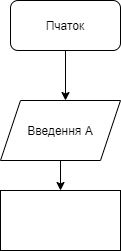
The draw.io diagram __pycache__/Untitled Diagram.png in ilya-ovramets/-1-, before a commit. Source tidied: cells renumbered, new cells last; positions are measured from the earlier drawing's top-left corner, leaving out a move shared by most shapes. Its diagram source:
```xml
<mxGraphModel>
  <root>
    <mxCell id="0" />
    <mxCell id="1" parent="0" />
    <mxCell id="2" style="edgeStyle=orthogonalEdgeStyle;rounded=0;jettySize=auto;html=1;exitX=0.5;exitY=1;exitDx=0;exitDy=0;entryX=0.5;entryY=0;entryDx=0;entryDy=0;" parent="1" edge="1" source="3">
      <mxGeometry relative="1" as="geometry">
        <mxPoint x="65" y="100" as="targetPoint" />
      </mxGeometry>
    </mxCell>
    <mxCell id="3" value="Пчаток" style="rounded=1;whiteSpace=wrap;html=1;" parent="1" vertex="1">
      <mxGeometry x="10" width="110" height="50" as="geometry" />
    </mxCell>
    <mxCell id="4" style="edgeStyle=orthogonalEdgeStyle;rounded=0;jettySize=auto;html=1;" parent="1" edge="1" source="5" target="6">
      <mxGeometry relative="1" as="geometry" />
    </mxCell>
    <mxCell id="5" value="Введення А" style="shape=parallelogram;perimeter=parallelogramPerimeter;whiteSpace=wrap;html=1;fixedSize=1;" parent="1" vertex="1">
      <mxGeometry y="100" width="120" height="60" as="geometry" />
    </mxCell>
    <mxCell id="6" style="whiteSpace=wrap;html=1;" parent="1" vertex="1">
      <mxGeometry y="190" width="120" height="60" as="geometry" />
    </mxCell>
  </root>
</mxGraphModel>
```
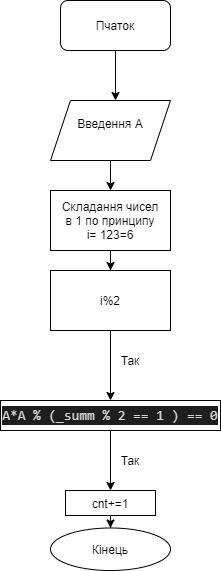
The same diagram one commit later.

Diff of the diagram source:
```diff
@@ -13,11 +13,41 @@
     <mxCell id="4" style="edgeStyle=orthogonalEdgeStyle;rounded=0;jettySize=auto;html=1;" parent="1" edge="1" source="5" target="6">
       <mxGeometry relative="1" as="geometry" />
     </mxCell>
-    <mxCell id="5" value="Введення А" style="shape=parallelogram;perimeter=parallelogramPerimeter;whiteSpace=wrap;html=1;fixedSize=1;" parent="1" vertex="1">
+    <mxCell id="5" value="Введення А&lt;br&gt;&lt;br&gt;" style="shape=parallelogram;perimeter=parallelogramPerimeter;whiteSpace=wrap;html=1;fixedSize=1;" parent="1" vertex="1">
       <mxGeometry y="100" width="120" height="60" as="geometry" />
     </mxCell>
+    <mxCell id="7" style="edgeStyle=orthogonalEdgeStyle;rounded=0;jettySize=auto;html=1;exitX=0.5;exitY=1;exitDx=0;exitDy=0;" parent="1" edge="1" source="6" target="9">
+      <mxGeometry relative="1" as="geometry" />
+    </mxCell>
-    <mxCell id="6" style="whiteSpace=wrap;html=1;" parent="1" vertex="1">
+    <mxCell id="6" value="Складання чисел&lt;br&gt;в 1 по принципу&lt;br&gt;i= 123=6" style="whiteSpace=wrap;html=1;" parent="1" vertex="1">
       <mxGeometry y="190" width="120" height="60" as="geometry" />
     </mxCell>
+    <mxCell id="8" style="edgeStyle=orthogonalEdgeStyle;rounded=0;jettySize=auto;html=1;" parent="1" edge="1" source="9" target="11">
+      <mxGeometry relative="1" as="geometry" />
+    </mxCell>
+    <mxCell id="9" value="i%2" style="rounded=0;whiteSpace=wrap;html=1;" parent="1" vertex="1">
+      <mxGeometry y="270" width="120" height="60" as="geometry" />
+    </mxCell>
+    <mxCell id="10" style="edgeStyle=orthogonalEdgeStyle;rounded=0;jettySize=auto;html=1;" parent="1" edge="1" source="11" target="14">
+      <mxGeometry relative="1" as="geometry" />
+    </mxCell>
+    <mxCell id="11" value="&lt;div style=&quot;color: rgb(212 , 212 , 212) ; background-color: rgb(30 , 30 , 30) ; font-family: &amp;#34;consolas&amp;#34; , &amp;#34;courier new&amp;#34; , monospace ; font-size: 14px ; line-height: 19px&quot;&gt;A*A % (_summ % 2 == 1 ) == 0&lt;/div&gt;" style="rounded=0;whiteSpace=wrap;html=1;" parent="1" vertex="1">
+      <mxGeometry x="-50" y="400" width="220" height="30" as="geometry" />
+    </mxCell>
+    <mxCell id="12" value="Так" style="text;html=1;strokeColor=none;fillColor=none;align=center;verticalAlign=middle;whiteSpace=wrap;rounded=0;" parent="1" vertex="1">
+      <mxGeometry x="60" y="350" width="40" height="20" as="geometry" />
+    </mxCell>
+    <mxCell id="13" style="edgeStyle=orthogonalEdgeStyle;rounded=0;jettySize=auto;html=1;" parent="1" edge="1" source="14" target="15">
+      <mxGeometry relative="1" as="geometry" />
+    </mxCell>
+    <mxCell id="14" value="сnt+=1" style="whiteSpace=wrap;html=1;rounded=0;" parent="1" vertex="1">
+      <mxGeometry x="15" y="490" width="90" height="25" as="geometry" />
+    </mxCell>
+    <mxCell id="15" value="Кінець" style="ellipse;whiteSpace=wrap;html=1;rounded=0;" parent="1" vertex="1">
+      <mxGeometry y="527.5" width="120" height="42.5" as="geometry" />
+    </mxCell>
+    <mxCell id="16" value="Так" style="text;html=1;strokeColor=none;fillColor=none;align=center;verticalAlign=middle;whiteSpace=wrap;rounded=0;" parent="1" vertex="1">
+      <mxGeometry x="60" y="450" width="40" height="20" as="geometry" />
+    </mxCell>
   </root>
 </mxGraphModel>
```
